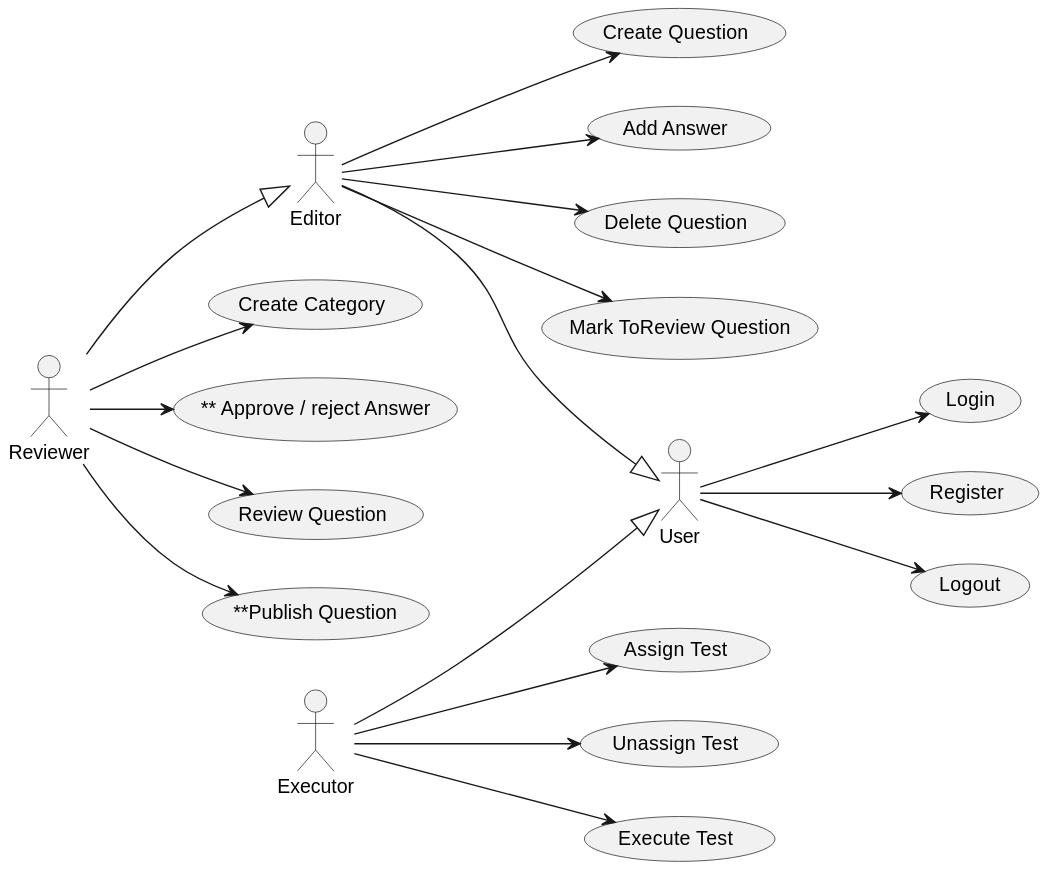
Earlier version of the PlantUML export out/doc/useCases_app/useCases_app.svg (Joselon/ProyectoOpoTest).
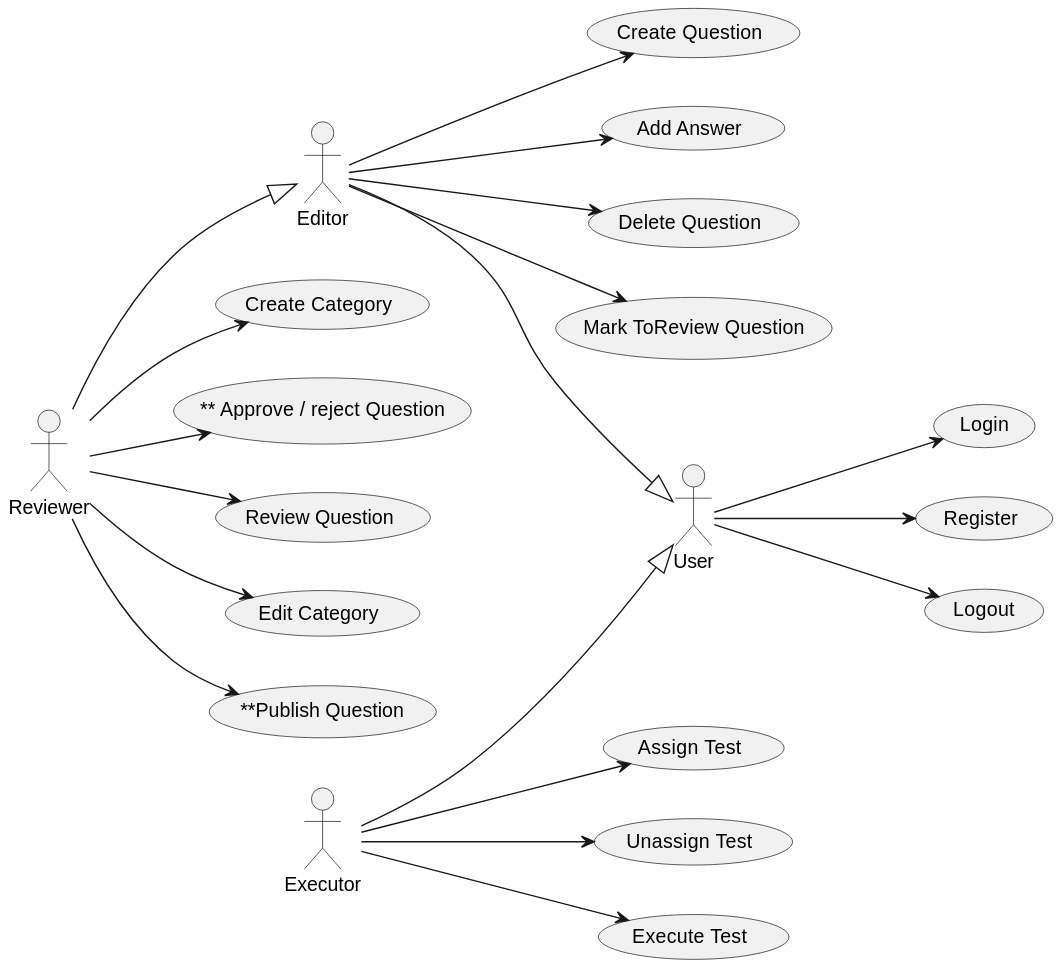
Above is the later version.

What changed in the source:
```diff
@@ -17,8 +17,9 @@
 
 usecase "Create Category" as createC
 usecase "Mark ToReview Question" as markQ
-usecase "** Approve / reject Answer" as approveRejectA
+usecase "** Approve / reject Question" as approveRejectA
 usecase "Review Question" as reviewQ
+usecase "Edit Category" as editC
 usecase "**Publish Question" as publishQ
 
 Editor --|> User
@@ -38,6 +39,7 @@
 Executor --> execT
 
 Reviewer --> createC
+Reviewer --> editC
 Reviewer --> approveRejectA
 Reviewer --> reviewQ
 Reviewer --> publishQ
```
